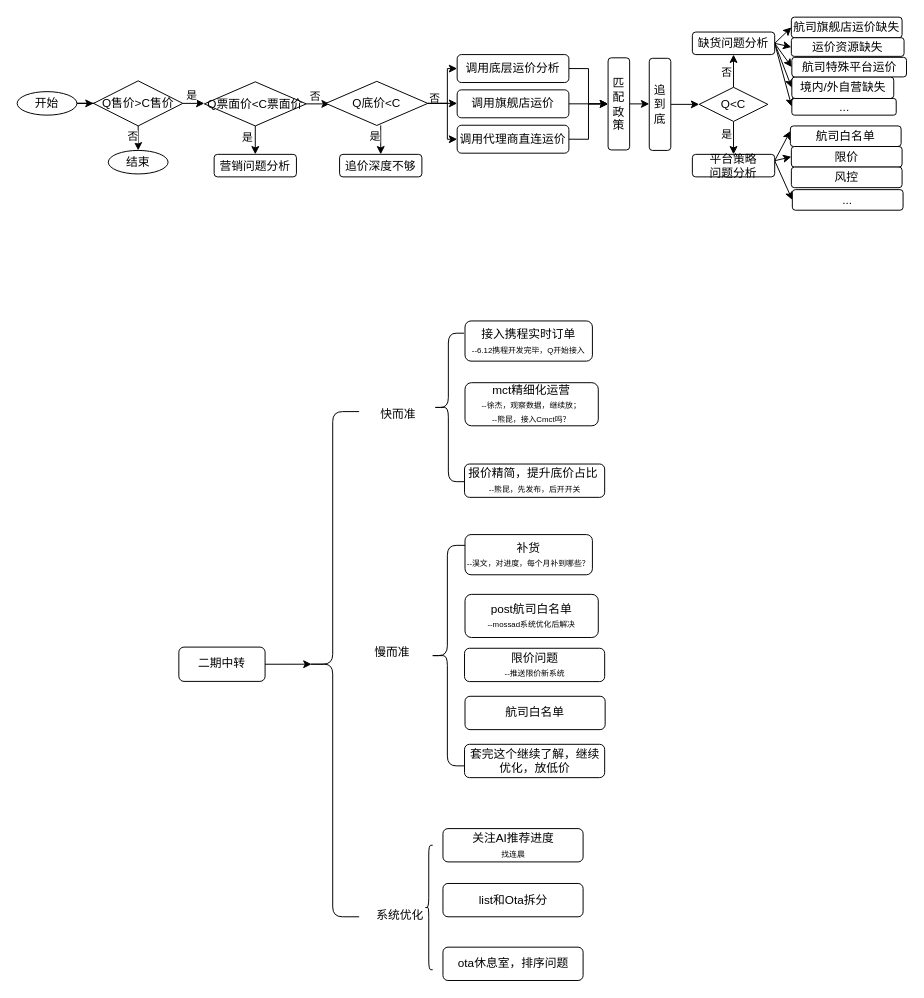
liuzhongye/draw-io keeps this draw.io diagram as page "3.劣势归因简要图" (3 of 3) of 国际qt中转问题.drawio. Above is the earlier version. Source tidied: cells renumbered, new cells numbered last; positions are measured from the earlier drawing's top-left corner, leaving out a move shared by most shapes. Both pictures are drawn from the tidied source at 98%, with x=0, y=0 at pixel (17, 17).
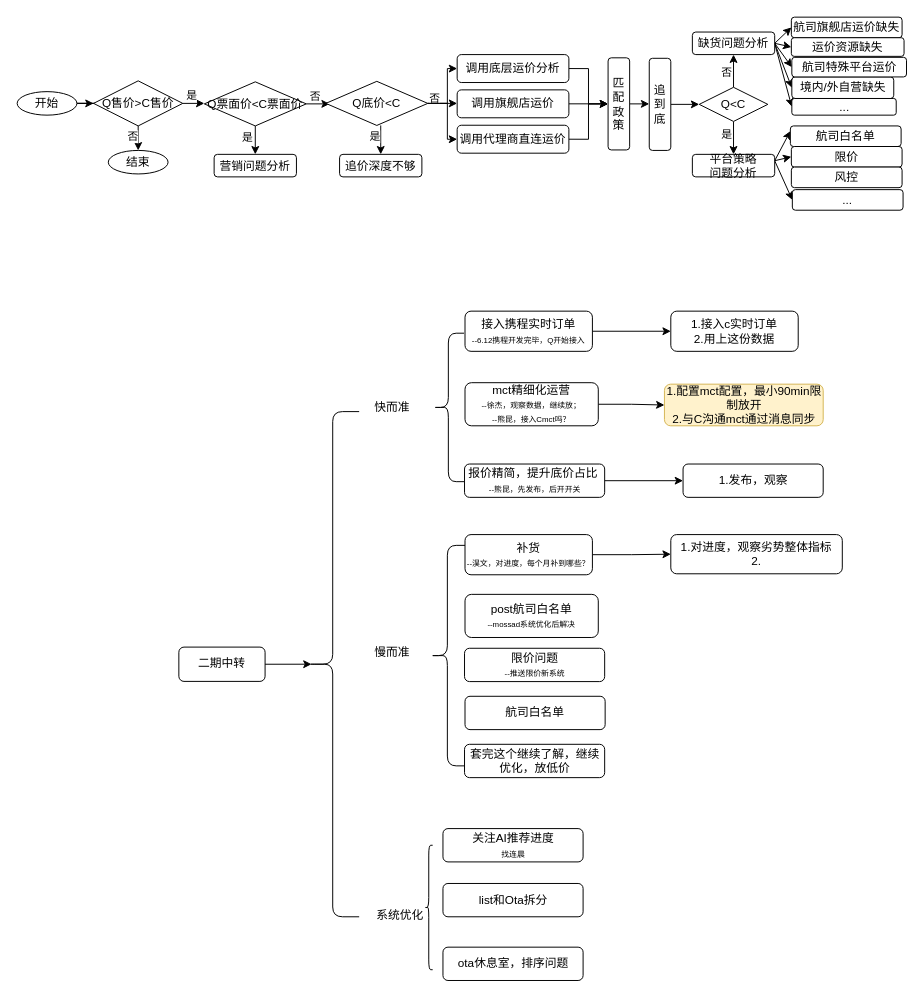
After the change.

Commit message:
更新国际qt中转问题.drawio

The change refers to these unchanged cells:
```xml
<mxCell id="61" value="mct精细化运营&lt;br&gt;&lt;font style=&quot;font-size: 8px;&quot;&gt;--徐杰，观察数据，继续放；&lt;br&gt;&lt;/font&gt;&lt;span style=&quot;font-size: 8px;&quot;&gt;--熊昆，接入Cmct吗？&lt;/span&gt;" style="rounded=1;whiteSpace=wrap;html=1;" parent="1" vertex="1">
  <mxGeometry x="457" y="373" width="136" height="44" as="geometry" />
</mxCell>
<mxCell id="63" value="报价精简，提升底价占比&amp;nbsp; &lt;br&gt;&lt;font style=&quot;font-size: 8px;&quot;&gt;--熊昆，先发布，后开开关&lt;/font&gt;" style="rounded=1;whiteSpace=wrap;html=1;" parent="1" vertex="1">
  <mxGeometry x="456.5" y="456" width="143" height="34" as="geometry" />
</mxCell>
<mxCell id="68" value="补货&lt;br&gt;&lt;font style=&quot;font-size: 8px;&quot;&gt;--淏文，对进度，每个月补到哪些？&lt;/font&gt;" style="rounded=1;whiteSpace=wrap;html=1;" parent="1" vertex="1">
  <mxGeometry x="457" y="528" width="130" height="41" as="geometry" />
</mxCell>
```

What changed in the source:
```diff
@@
+    <mxCell id="78" style="edgeStyle=orthogonalEdgeStyle;rounded=0;jettySize=auto;html=1;" parent="1" edge="1" source="61" target="82">
+      <mxGeometry relative="1" as="geometry" />
+    </mxCell>
@@
+    <mxCell id="79" style="edgeStyle=orthogonalEdgeStyle;rounded=0;jettySize=auto;html=1;" parent="1" edge="1" source="62" target="84">
+      <mxGeometry relative="1" as="geometry" />
+    </mxCell>
     <mxCell id="62" value="接入携程实时订单&lt;br&gt;&lt;font style=&quot;font-size: 8px;&quot;&gt;--6.12携程开发完毕，Q开始接入&lt;/font&gt;" style="rounded=1;whiteSpace=wrap;html=1;" parent="1" vertex="1">
-      <mxGeometry x="457" y="310" width="130" height="41" as="geometry" />
+      <mxGeometry x="457" y="300" width="130" height="41" as="geometry" />
     </mxCell>
+    <mxCell id="80" style="edgeStyle=orthogonalEdgeStyle;rounded=0;jettySize=auto;html=1;" parent="1" edge="1" source="63" target="83">
+      <mxGeometry relative="1" as="geometry" />
+    </mxCell>
@@
     <mxCell id="65" value="快而准" style="text;html=1;align=center;verticalAlign=middle;whiteSpace=wrap;rounded=0;" parent="1" vertex="1">
-      <mxGeometry x="359" y="391" width="60" height="30" as="geometry" />
+      <mxGeometry x="353" y="383.2" width="60" height="30" as="geometry" />
     </mxCell>
@@
+    <mxCell id="81" style="edgeStyle=orthogonalEdgeStyle;rounded=0;jettySize=auto;html=1;" parent="1" edge="1" source="68" target="85">
+      <mxGeometry relative="1" as="geometry" />
+    </mxCell>
@@
+    <mxCell id="82" value="1.配置mct配置，最小90min限制放开&lt;div&gt;2.与C沟通mct通过消息同步&lt;/div&gt;" style="rounded=1;whiteSpace=wrap;html=1;fillColor=#fff2cc;strokeColor=#d6b656;" parent="1" vertex="1">
+      <mxGeometry x="660.5" y="374.5" width="162" height="42.5" as="geometry" />
+    </mxCell>
+    <mxCell id="83" value="1.发布，观察" style="rounded=1;whiteSpace=wrap;html=1;" parent="1" vertex="1">
+      <mxGeometry x="679.5" y="456" width="143" height="34" as="geometry" />
+    </mxCell>
+    <mxCell id="84" value="1.接入c实时订单&lt;div&gt;2.用上这份数据&lt;/div&gt;" style="rounded=1;whiteSpace=wrap;html=1;" parent="1" vertex="1">
+      <mxGeometry x="667" y="300" width="130" height="41" as="geometry" />
+    </mxCell>
+    <mxCell id="85" value="1.对进度，观察劣势整体指标&lt;div&gt;2.&lt;/div&gt;" style="rounded=1;whiteSpace=wrap;html=1;" parent="1" vertex="1">
+      <mxGeometry x="667" y="528" width="175" height="40" as="geometry" />
+    </mxCell>
```
